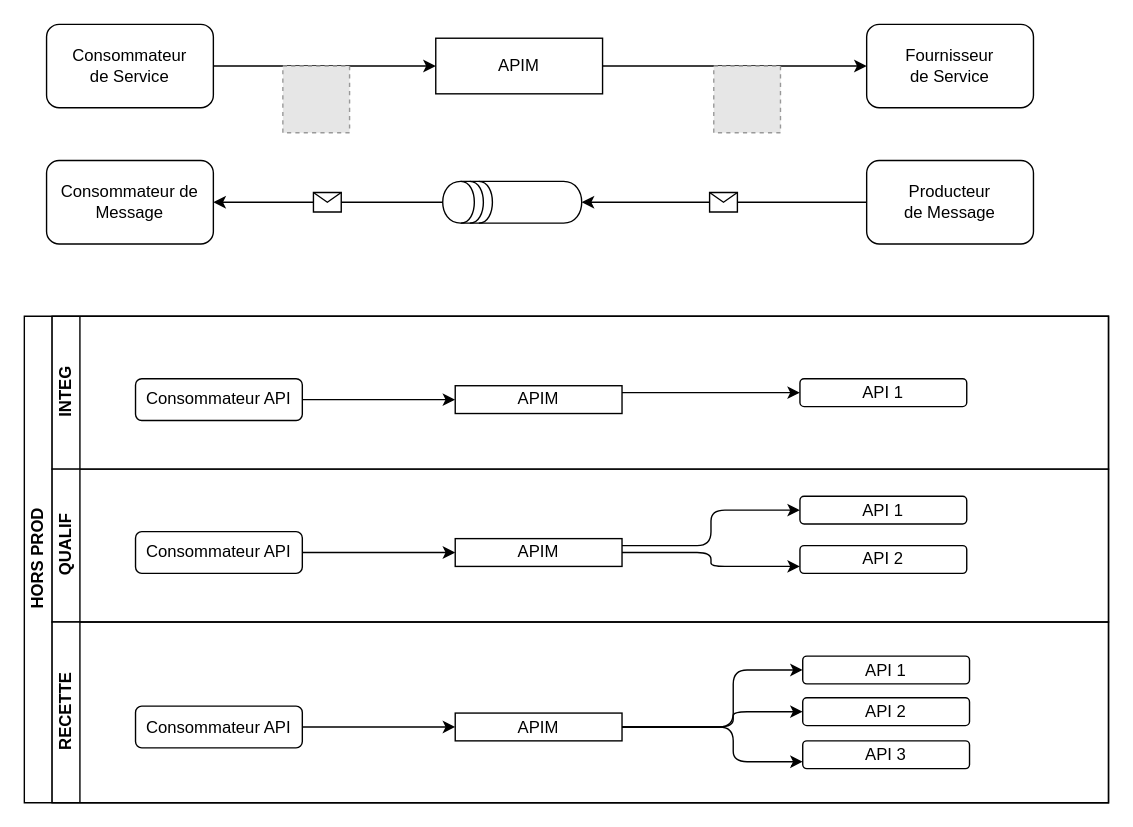
Before: environnement-api.drawio in vdupain/draw.io, a draw.io diagram. Source tidied: cells renumbered, new cells numbered last; positions are measured from the earlier drawing's top-left corner, leaving out a move shared by most shapes. Both pictures are drawn from the tidied source at 139%, with x=0, y=0 at pixel (24, 24). Pictures stored in the file or linked from it are replaced by grey dashed boxes.
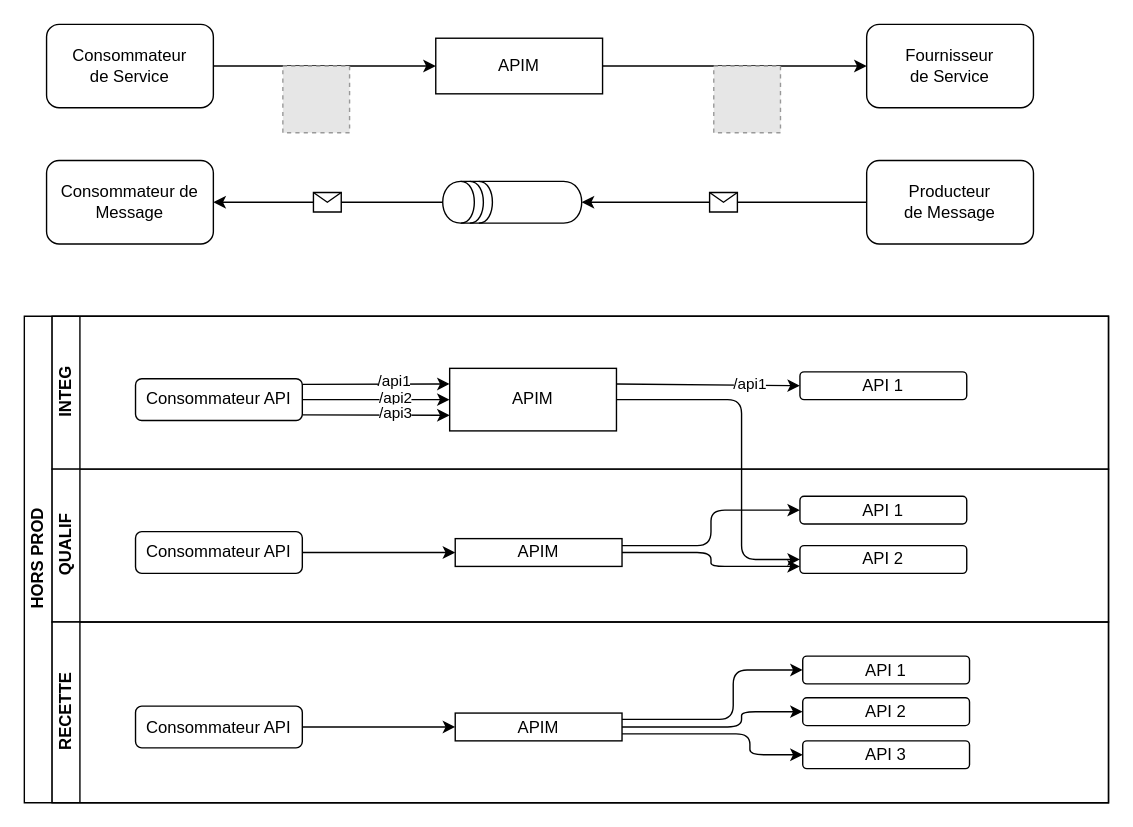
After the change.

The change refers to these unchanged cells:
```xml
<mxCell id="16" value="HORS PROD" style="swimlane;html=1;horizontal=0;startSize=20;" parent="1" vertex="1">
  <mxGeometry y="210" width="780" height="350" as="geometry" />
</mxCell>
<mxCell id="17" value="INTEG" style="swimlane;html=1;startSize=20;horizontal=0;" parent="16" vertex="1">
  <mxGeometry x="20" width="760" height="110" as="geometry" />
</mxCell>
<mxCell id="18" value="&lt;div&gt;Consommateur API&lt;br&gt;&lt;/div&gt;" style="rounded=1;whiteSpace=wrap;html=1;" parent="17" vertex="1">
  <mxGeometry x="60" y="45" width="120" height="30" as="geometry" />
</mxCell>
<mxCell id="22" style="endArrow=classic;html=1;entryX=0;entryY=0.5;entryDx=0;entryDy=0;exitX=1;exitY=0.25;exitDx=0;exitDy=0;" parent="17" edge="1" source="19" target="20">
  <mxGeometry relative="1" as="geometry" />
</mxCell>
<mxCell id="27" value="API 2" style="rounded=1;whiteSpace=wrap;html=1;" parent="23" vertex="1">
  <mxGeometry x="538" y="55" width="120" height="20" as="geometry" />
</mxCell>
<mxCell id="31" value="RECETTE" style="swimlane;html=1;startSize=20;horizontal=0;" parent="16" vertex="1">
  <mxGeometry x="20" y="220" width="760" height="130" as="geometry" />
</mxCell>
<mxCell id="32" value="API 1" style="rounded=1;whiteSpace=wrap;html=1;" parent="31" vertex="1">
  <mxGeometry x="540" y="24.5" width="120" height="20" as="geometry" />
</mxCell>
<mxCell id="33" value="API 2" style="rounded=1;whiteSpace=wrap;html=1;" parent="31" vertex="1">
  <mxGeometry x="540" y="54.5" width="120" height="20" as="geometry" />
</mxCell>
<mxCell id="34" value="API 3" style="rounded=1;whiteSpace=wrap;html=1;" parent="31" vertex="1">
  <mxGeometry x="540" y="85.5" width="120" height="20" as="geometry" />
</mxCell>
<mxCell id="35" value="APIM" style="rounded=0;whiteSpace=wrap;html=1;" parent="31" vertex="1">
  <mxGeometry x="290" y="65.5" width="120" height="20" as="geometry" />
</mxCell>
```

Diff of the diagram source:
```diff
@@
     <mxCell id="19" value="APIM" style="rounded=0;whiteSpace=wrap;html=1;" parent="17" vertex="1">
-      <mxGeometry x="290" y="50" width="120" height="20" as="geometry" />
+      <mxGeometry x="286" y="37.5" width="120" height="45" as="geometry" />
     </mxCell>
     <mxCell id="20" value="API 1" style="rounded=1;whiteSpace=wrap;html=1;" parent="17" vertex="1">
-      <mxGeometry x="538" y="45" width="120" height="20" as="geometry" />
+      <mxGeometry x="538" y="40" width="120" height="20" as="geometry" />
     </mxCell>
-    <mxCell id="21" style="endArrow=classic;html=1;exitX=1;exitY=0.5;exitDx=0;exitDy=0;entryX=0;entryY=0.5;entryDx=0;entryDy=0;" parent="17" edge="1" source="18" target="19">
-      <mxGeometry relative="1" as="geometry" />
+    <mxCell id="21" style="endArrow=classic;html=1;entryX=0;entryY=0.25;entryDx=0;entryDy=0;" parent="17" edge="1" target="19">
+      <mxGeometry relative="1" as="geometry">
+        <mxPoint x="180" y="49" as="sourcePoint" />
+      </mxGeometry>
     </mxCell>
+    <mxCell id="41" value="/api1" style="edgeLabel;html=1;align=center;verticalAlign=middle;" parent="21" vertex="1">
+      <mxGeometry x="0.24" y="2" relative="1" as="geometry" />
+    </mxCell>
@@
+    <mxCell id="42" value="/api1" style="edgeLabel;html=1;align=center;verticalAlign=middle;" parent="22" vertex="1">
+      <mxGeometry x="0.44" y="1" relative="1" as="geometry" />
+    </mxCell>
+    <mxCell id="43" style="endArrow=classic;html=1;entryX=0;entryY=0.5;entryDx=0;entryDy=0;exitX=1;exitY=0.5;exitDx=0;exitDy=0;" parent="17" edge="1" source="18" target="19">
+      <mxGeometry relative="1" as="geometry" />
+    </mxCell>
+    <mxCell id="44" value="/api2" style="edgeLabel;html=1;align=center;verticalAlign=middle;" parent="43" vertex="1">
+      <mxGeometry x="0.24" y="2" relative="1" as="geometry" />
+    </mxCell>
+    <mxCell id="45" style="endArrow=classic;html=1;entryX=0;entryY=0.75;entryDx=0;entryDy=0;" parent="17" edge="1" target="19">
+      <mxGeometry relative="1" as="geometry">
+        <mxPoint x="180" y="71" as="sourcePoint" />
+      </mxGeometry>
+    </mxCell>
+    <mxCell id="46" value="/api3" style="edgeLabel;html=1;align=center;verticalAlign=middle;" parent="45" vertex="1">
+      <mxGeometry x="0.24" y="2" relative="1" as="geometry" />
+    </mxCell>
@@
-    <mxCell id="36" style="endArrow=classic;html=1;exitX=1;exitY=0.5;exitDx=0;exitDy=0;entryX=0;entryY=0.5;entryDx=0;entryDy=0;rounded=1;edgeStyle=orthogonalEdgeStyle;" parent="31" edge="1" source="35" target="32">
+    <mxCell id="36" style="endArrow=classic;html=1;exitX=1;exitY=0.225;exitDx=0;exitDy=0;entryX=0;entryY=0.5;entryDx=0;entryDy=0;rounded=1;edgeStyle=orthogonalEdgeStyle;exitPerimeter=0;" parent="31" edge="1" source="35" target="32">
       <mxGeometry relative="1" as="geometry">
         <Array as="points">
-          <mxPoint x="490" y="76" />
+          <mxPoint x="490" y="70" />
           <mxPoint x="490" y="35" />
         </Array>
       </mxGeometry>
     </mxCell>
@@
-    <mxCell id="38" style="endArrow=classic;html=1;exitX=1;exitY=0.5;exitDx=0;exitDy=0;entryX=0;entryY=0.75;entryDx=0;entryDy=0;rounded=1;edgeStyle=orthogonalEdgeStyle;" parent="31" edge="1" source="35" target="34">
-      <mxGeometry relative="1" as="geometry">
-        <Array as="points">
-          <mxPoint x="490" y="76" />
-          <mxPoint x="490" y="101" />
-        </Array>
-      </mxGeometry>
-    </mxCell>
     <mxCell id="39" style="endArrow=classic;html=1;exitX=1;exitY=0.5;exitDx=0;exitDy=0;entryX=0;entryY=0.5;entryDx=0;entryDy=0;rounded=1;edgeStyle=orthogonalEdgeStyle;" parent="31" edge="1" source="35" target="33">
       <mxGeometry relative="1" as="geometry">
         <Array as="points">
-          <mxPoint x="490" y="76" />
-          <mxPoint x="490" y="65" />
+          <mxPoint x="496" y="76" />
+          <mxPoint x="496" y="65" />
         </Array>
       </mxGeometry>
     </mxCell>
@@
+    <mxCell id="38" style="endArrow=classic;html=1;exitX=1;exitY=0.75;exitDx=0;exitDy=0;entryX=0;entryY=0.5;entryDx=0;entryDy=0;rounded=1;edgeStyle=orthogonalEdgeStyle;" parent="31" edge="1" source="35" target="34">
+      <mxGeometry relative="1" as="geometry">
+        <Array as="points">
+          <mxPoint x="502" y="81" />
+          <mxPoint x="502" y="96" />
+        </Array>
+      </mxGeometry>
+    </mxCell>
+    <mxCell id="47" style="endArrow=classic;html=1;exitX=1;exitY=0.5;exitDx=0;exitDy=0;entryX=0;entryY=0.5;entryDx=0;entryDy=0;edgeStyle=orthogonalEdgeStyle;" parent="16" edge="1" source="19" target="27">
+      <mxGeometry relative="1" as="geometry">
+        <Array as="points">
+          <mxPoint x="516" y="60" />
+          <mxPoint x="516" y="175" />
+        </Array>
+      </mxGeometry>
+    </mxCell>
```
